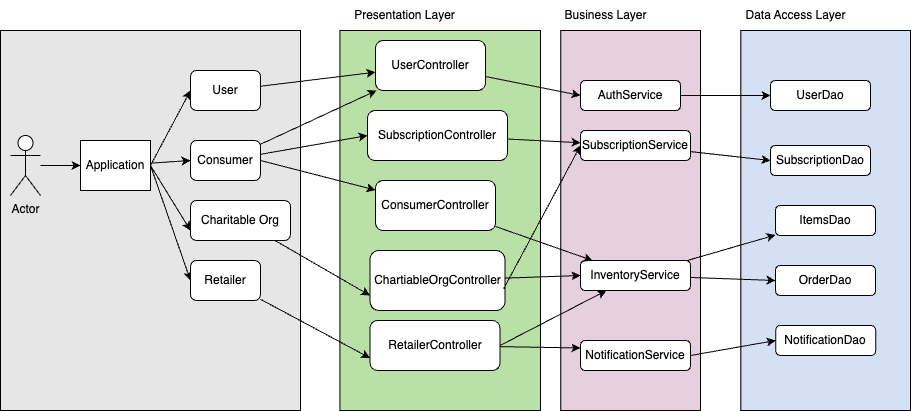
Earlier version of the draw.io export doc/app_arch.drawio.png (koloyyee/food_waste_reduction_project). Source tidied: cells renumbered, new cells last; positions are measured from the earlier drawing's top-left corner, leaving out a move shared by most shapes.
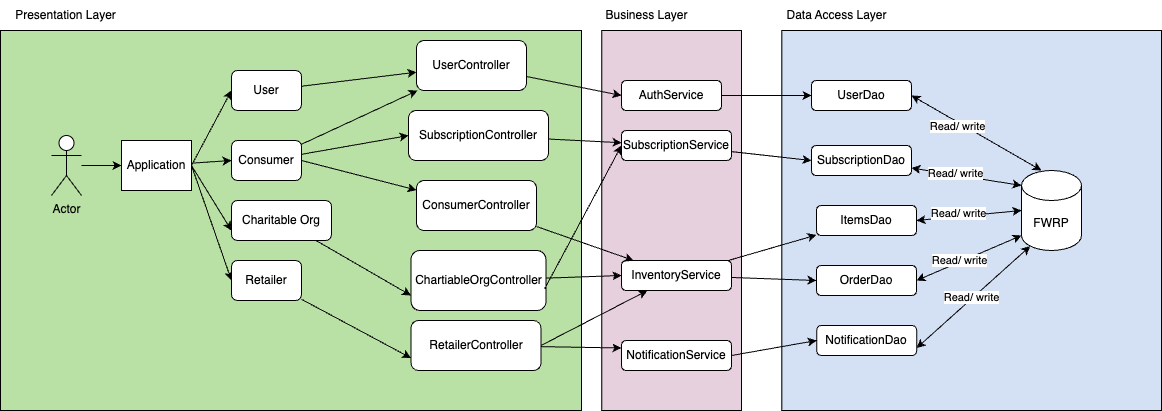
After the change.

Change to the diagram source:
```diff
@@ -2,164 +2,196 @@
   <root>
     <mxCell id="0" />
     <mxCell id="1" parent="0" />
-    <mxCell id="2" style="rounded=0;whiteSpace=wrap;html=1;fillColor=#E6E6E6;" parent="1" vertex="1">
-      <mxGeometry y="30" width="300" height="380" as="geometry" />
+    <mxCell id="2" style="group;" parent="1" vertex="1">
+      <mxGeometry y="30" width="140" height="410" as="geometry" />
     </mxCell>
-    <mxCell id="3" style="group;" parent="1" vertex="1">
-      <mxGeometry x="560" width="140" height="410" as="geometry" />
+    <mxCell id="3" style="rounded=0;whiteSpace=wrap;html=1;fillColor=#E6D0DE;" parent="2" vertex="1">
+      <mxGeometry x="0.3" y="30" width="139.7" height="380" as="geometry" />
     </mxCell>
-    <mxCell id="4" style="rounded=0;whiteSpace=wrap;html=1;fillColor=#E6D0DE;" parent="3" vertex="1">
-      <mxGeometry x="0.3" y="30" width="139.7" height="380" as="geometry" />
+    <mxCell id="4" value="Business Layer" style="text;html=1;align=center;verticalAlign=middle;whiteSpace=wrap;rounded=0;" parent="2" vertex="1">
+      <mxGeometry width="91.2" height="30" as="geometry" />
     </mxCell>
-    <mxCell id="5" value="Business Layer" style="text;html=1;align=center;verticalAlign=middle;whiteSpace=wrap;rounded=0;" parent="3" vertex="1">
-      <mxGeometry width="91.2" height="30" as="geometry" />
+    <mxCell id="5" value="SubscriptionService" style="rounded=1;whiteSpace=wrap;html=1;" parent="2" vertex="1">
+      <mxGeometry x="20" y="130" width="110" height="30" as="geometry" />
     </mxCell>
-    <mxCell id="6" value="SubscriptionService" style="rounded=1;whiteSpace=wrap;html=1;" parent="3" vertex="1">
-      <mxGeometry x="20" y="130" width="110" height="30" as="geometry" />
+    <mxCell id="6" value="NotificationService" style="rounded=1;whiteSpace=wrap;html=1;" parent="2" vertex="1">
+      <mxGeometry x="20" y="340" width="110" height="30" as="geometry" />
     </mxCell>
-    <mxCell id="7" value="NotificationService" style="rounded=1;whiteSpace=wrap;html=1;" parent="3" vertex="1">
-      <mxGeometry x="20" y="340" width="110" height="30" as="geometry" />
+    <mxCell id="7" value="InventoryService" style="rounded=1;whiteSpace=wrap;html=1;" parent="2" vertex="1">
+      <mxGeometry x="20" y="260" width="110" height="30" as="geometry" />
     </mxCell>
-    <mxCell id="8" value="InventoryService" style="rounded=1;whiteSpace=wrap;html=1;" parent="3" vertex="1">
-      <mxGeometry x="20" y="260" width="110" height="30" as="geometry" />
+    <mxCell id="8" style="group;" parent="1" vertex="1">
+      <mxGeometry x="-221" y="30" width="201" height="410" as="geometry" />
     </mxCell>
-    <mxCell id="9" style="group;" parent="1" vertex="1">
-      <mxGeometry x="339" width="201" height="410" as="geometry" />
+    <mxCell id="9" style="rounded=0;whiteSpace=wrap;html=1;fillColor=#B9E0A5;" parent="8" vertex="1">
+      <mxGeometry x="-380" y="30" width="581" height="380" as="geometry" />
     </mxCell>
-    <mxCell id="10" style="rounded=0;whiteSpace=wrap;html=1;fillColor=#B9E0A5;" parent="9" vertex="1">
-      <mxGeometry x="0.4" y="30" width="200.6" height="380" as="geometry" />
+    <mxCell id="10" value="ConsumerController" style="rounded=1;whiteSpace=wrap;html=1;" parent="8" vertex="1">
+      <mxGeometry x="36" y="180" width="120" height="50" as="geometry" />
     </mxCell>
-    <mxCell id="11" value="Presentation Layer" style="text;html=1;align=center;verticalAlign=middle;whiteSpace=wrap;rounded=0;" parent="9" vertex="1">
-      <mxGeometry width="131" height="30" as="geometry" />
+    <mxCell id="11" value="UserController" style="rounded=1;whiteSpace=wrap;html=1;" parent="8" vertex="1">
+      <mxGeometry x="36" y="40" width="110" height="50" as="geometry" />
     </mxCell>
-    <mxCell id="12" value="ConsumerController" style="rounded=1;whiteSpace=wrap;html=1;" parent="9" vertex="1">
-      <mxGeometry x="36" y="180" width="120" height="50" as="geometry" />
+    <mxCell id="12" value="SubscriptionController" style="rounded=1;whiteSpace=wrap;html=1;" parent="8" vertex="1">
+      <mxGeometry x="28" y="110" width="140" height="50" as="geometry" />
     </mxCell>
-    <mxCell id="13" value="UserController" style="rounded=1;whiteSpace=wrap;html=1;" parent="9" vertex="1">
-      <mxGeometry x="36" y="40" width="110" height="50" as="geometry" />
+    <mxCell id="13" value="RetailerController" style="rounded=1;whiteSpace=wrap;html=1;" parent="8" vertex="1">
+      <mxGeometry x="30.5" y="320" width="130" height="50" as="geometry" />
     </mxCell>
-    <mxCell id="14" value="SubscriptionController" style="rounded=1;whiteSpace=wrap;html=1;" parent="9" vertex="1">
-      <mxGeometry x="28" y="110" width="140" height="50" as="geometry" />
+    <mxCell id="14" value="ChartiableOrgController" style="rounded=1;whiteSpace=wrap;html=1;" parent="8" vertex="1">
+      <mxGeometry x="30.5" y="250" width="135" height="60" as="geometry" />
     </mxCell>
-    <mxCell id="15" value="RetailerController" style="rounded=1;whiteSpace=wrap;html=1;" parent="9" vertex="1">
-      <mxGeometry x="30.5" y="320" width="130" height="50" as="geometry" />
+    <mxCell id="15" style="rounded=0;jettySize=auto;html=1;entryX=0;entryY=0.5;entryDx=0;entryDy=0;" parent="1" edge="1" source="16" target="21">
+      <mxGeometry relative="1" as="geometry" />
     </mxCell>
-    <mxCell id="16" value="ChartiableOrgController" style="rounded=1;whiteSpace=wrap;html=1;" parent="9" vertex="1">
-      <mxGeometry x="30.5" y="250" width="135" height="60" as="geometry" />
+    <mxCell id="16" value="Actor" style="shape=umlActor;verticalLabelPosition=bottom;verticalAlign=top;html=1;outlineConnect=0;" parent="1" vertex="1">
+      <mxGeometry x="-550" y="165" width="30" height="60" as="geometry" />
     </mxCell>
-    <mxCell id="17" style="rounded=0;jettySize=auto;html=1;entryX=0;entryY=0.5;entryDx=0;entryDy=0;" parent="1" edge="1" source="18" target="23">
+    <mxCell id="17" style="rounded=0;jettySize=auto;html=1;exitX=1;exitY=0.5;exitDx=0;exitDy=0;entryX=0;entryY=0.5;entryDx=0;entryDy=0;" parent="1" edge="1" source="21" target="55">
       <mxGeometry relative="1" as="geometry" />
     </mxCell>
-    <mxCell id="18" value="Actor" style="shape=umlActor;verticalLabelPosition=bottom;verticalAlign=top;html=1;outlineConnect=0;" parent="1" vertex="1">
-      <mxGeometry x="10" y="135" width="30" height="60" as="geometry" />
+    <mxCell id="18" style="rounded=0;jettySize=auto;html=1;entryX=0;entryY=0.5;entryDx=0;entryDy=0;" parent="1" edge="1" source="21" target="57">
+      <mxGeometry relative="1" as="geometry" />
     </mxCell>
-    <mxCell id="19" style="rounded=0;jettySize=auto;html=1;exitX=1;exitY=0.5;exitDx=0;exitDy=0;entryX=0;entryY=0.5;entryDx=0;entryDy=0;" parent="1" edge="1" source="23" target="46">
+    <mxCell id="19" style="rounded=0;jettySize=auto;html=1;entryX=0;entryY=0.75;entryDx=0;entryDy=0;exitX=1;exitY=0.5;exitDx=0;exitDy=0;" parent="1" edge="1" source="21" target="62">
       <mxGeometry relative="1" as="geometry" />
     </mxCell>
-    <mxCell id="20" style="rounded=0;jettySize=auto;html=1;entryX=0;entryY=0.5;entryDx=0;entryDy=0;" parent="1" edge="1" source="23" target="48">
+    <mxCell id="20" style="rounded=0;jettySize=auto;html=1;exitX=1;exitY=0.5;exitDx=0;exitDy=0;entryX=0;entryY=0.5;entryDx=0;entryDy=0;" parent="1" edge="1" source="21" target="60">
       <mxGeometry relative="1" as="geometry" />
     </mxCell>
-    <mxCell id="21" style="rounded=0;jettySize=auto;html=1;entryX=0;entryY=0.75;entryDx=0;entryDy=0;exitX=1;exitY=0.5;exitDx=0;exitDy=0;" parent="1" edge="1" source="23" target="53">
-      <mxGeometry relative="1" as="geometry" />
+    <mxCell id="21" value="Application" style="rounded=0;whiteSpace=wrap;html=1;" parent="1" vertex="1">
+      <mxGeometry x="-480" y="170" width="70" height="50" as="geometry" />
     </mxCell>
-    <mxCell id="22" style="rounded=0;jettySize=auto;html=1;exitX=1;exitY=0.5;exitDx=0;exitDy=0;entryX=0;entryY=0.5;entryDx=0;entryDy=0;" parent="1" edge="1" source="23" target="51">
+    <mxCell id="22" style="rounded=0;jettySize=auto;html=1;entryX=0;entryY=0.5;entryDx=0;entryDy=0;" parent="1" edge="1" source="11" target="25">
       <mxGeometry relative="1" as="geometry" />
     </mxCell>
-    <mxCell id="23" value="Application" style="rounded=0;whiteSpace=wrap;html=1;" parent="1" vertex="1">
-      <mxGeometry x="80" y="140" width="70" height="50" as="geometry" />
+    <mxCell id="23" style="rounded=0;jettySize=auto;html=1;entryX=0;entryY=0.5;entryDx=0;entryDy=0;exitX=0.989;exitY=0.642;exitDx=0;exitDy=0;exitPerimeter=0;" parent="1" edge="1" source="14" target="5">
+      <mxGeometry relative="1" as="geometry" />
     </mxCell>
-    <mxCell id="24" style="rounded=0;jettySize=auto;html=1;entryX=0;entryY=0.5;entryDx=0;entryDy=0;" parent="1" edge="1" source="13" target="27">
+    <mxCell id="24" style="rounded=0;jettySize=auto;html=1;" parent="1" edge="1" source="12" target="5">
       <mxGeometry relative="1" as="geometry" />
     </mxCell>
-    <mxCell id="25" style="rounded=0;jettySize=auto;html=1;entryX=0;entryY=0.5;entryDx=0;entryDy=0;exitX=0.989;exitY=0.642;exitDx=0;exitDy=0;exitPerimeter=0;" parent="1" edge="1" source="16" target="6">
-      <mxGeometry relative="1" as="geometry" />
+    <mxCell id="25" value="AuthService" style="rounded=1;whiteSpace=wrap;html=1;" parent="1" vertex="1">
+      <mxGeometry x="20" y="110" width="100" height="30" as="geometry" />
     </mxCell>
-    <mxCell id="26" style="rounded=0;jettySize=auto;html=1;" parent="1" edge="1" source="14" target="6">
+    <mxCell id="26" style="rounded=0;jettySize=auto;html=1;" parent="1" edge="1" source="10" target="7">
       <mxGeometry relative="1" as="geometry" />
     </mxCell>
-    <mxCell id="27" value="AuthService" style="rounded=1;whiteSpace=wrap;html=1;" parent="1" vertex="1">
-      <mxGeometry x="580" y="80" width="100" height="30" as="geometry" />
+    <mxCell id="27" style="rounded=0;jettySize=auto;html=1;entryX=0;entryY=0.5;entryDx=0;entryDy=0;" parent="1" edge="1" source="14" target="7">
+      <mxGeometry relative="1" as="geometry" />
     </mxCell>
-    <mxCell id="28" style="rounded=0;jettySize=auto;html=1;" parent="1" edge="1" source="12" target="8">
+    <mxCell id="28" style="rounded=0;jettySize=auto;html=1;entryX=0;entryY=0.25;entryDx=0;entryDy=0;" parent="1" edge="1" source="13" target="6">
       <mxGeometry relative="1" as="geometry" />
     </mxCell>
-    <mxCell id="29" style="rounded=0;jettySize=auto;html=1;entryX=0;entryY=0.5;entryDx=0;entryDy=0;" parent="1" edge="1" source="16" target="8">
+    <mxCell id="29" style="rounded=0;jettySize=auto;html=1;exitX=1;exitY=0.5;exitDx=0;exitDy=0;" parent="1" edge="1" source="13" target="7">
       <mxGeometry relative="1" as="geometry" />
     </mxCell>
-    <mxCell id="30" style="rounded=0;jettySize=auto;html=1;entryX=0;entryY=0.25;entryDx=0;entryDy=0;" parent="1" edge="1" source="15" target="7">
-      <mxGeometry relative="1" as="geometry" />
+    <mxCell id="30" style="group;" parent="1" vertex="1">
+      <mxGeometry x="180" y="30" width="380" height="410" as="geometry" />
     </mxCell>
-    <mxCell id="31" style="rounded=0;jettySize=auto;html=1;exitX=1;exitY=0.5;exitDx=0;exitDy=0;" parent="1" edge="1" source="15" target="8">
-      <mxGeometry relative="1" as="geometry" />
+    <mxCell id="31" style="rounded=0;whiteSpace=wrap;html=1;fillColor=#D4E1F5;" parent="30" vertex="1">
+      <mxGeometry x="0.3" y="30" width="379.6" height="380" as="geometry" />
     </mxCell>
-    <mxCell id="32" style="group;" parent="1" vertex="1">
-      <mxGeometry x="740" width="170" height="410" as="geometry" />
+    <mxCell id="32" value="Data Access Layer" style="text;html=1;align=center;verticalAlign=middle;whiteSpace=wrap;rounded=0;" parent="30" vertex="1">
+      <mxGeometry width="110.8" height="30" as="geometry" />
     </mxCell>
-    <mxCell id="33" style="rounded=0;whiteSpace=wrap;html=1;fillColor=#D4E1F5;" parent="32" vertex="1">
-      <mxGeometry x="0.3" y="30" width="169.7" height="380" as="geometry" />
+    <mxCell id="33" value="UserDao" style="rounded=1;whiteSpace=wrap;html=1;" parent="30" vertex="1">
+      <mxGeometry x="30" y="80" width="100" height="30" as="geometry" />
     </mxCell>
-    <mxCell id="34" value="Data Access Layer" style="text;html=1;align=center;verticalAlign=middle;whiteSpace=wrap;rounded=0;" parent="32" vertex="1">
-      <mxGeometry width="110.8" height="30" as="geometry" />
+    <mxCell id="34" value="ItemsDao" style="rounded=1;whiteSpace=wrap;html=1;" parent="30" vertex="1">
+      <mxGeometry x="35" y="205" width="100" height="30" as="geometry" />
     </mxCell>
-    <mxCell id="35" value="UserDao" style="rounded=1;whiteSpace=wrap;html=1;" parent="32" vertex="1">
-      <mxGeometry x="30" y="80" width="100" height="30" as="geometry" />
+    <mxCell id="35" value="OrderDao" style="rounded=1;whiteSpace=wrap;html=1;" parent="30" vertex="1">
+      <mxGeometry x="35" y="265" width="100" height="30" as="geometry" />
     </mxCell>
-    <mxCell id="36" value="ItemsDao" style="rounded=1;whiteSpace=wrap;html=1;" parent="32" vertex="1">
-      <mxGeometry x="35" y="205" width="100" height="30" as="geometry" />
+    <mxCell id="36" value="SubscriptionDao" style="rounded=1;whiteSpace=wrap;html=1;" parent="30" vertex="1">
+      <mxGeometry x="30" y="145" width="100" height="30" as="geometry" />
     </mxCell>
-    <mxCell id="37" value="OrderDao" style="rounded=1;whiteSpace=wrap;html=1;" parent="32" vertex="1">
-      <mxGeometry x="35" y="265" width="100" height="30" as="geometry" />
+    <mxCell id="37" value="NotificationDao" style="rounded=1;whiteSpace=wrap;html=1;" parent="30" vertex="1">
+      <mxGeometry x="35.2" y="325" width="100" height="30" as="geometry" />
     </mxCell>
-    <mxCell id="38" value="SubscriptionDao" style="rounded=1;whiteSpace=wrap;html=1;" parent="32" vertex="1">
-      <mxGeometry x="30" y="145" width="100" height="30" as="geometry" />
+    <mxCell id="38" value="FWRP" style="shape=cylinder3;whiteSpace=wrap;html=1;boundedLbl=1;backgroundOutline=1;size=15;" parent="30" vertex="1">
+      <mxGeometry x="240" y="170" width="60" height="80" as="geometry" />
     </mxCell>
-    <mxCell id="39" value="NotificationDao" style="rounded=1;whiteSpace=wrap;html=1;" parent="32" vertex="1">
-      <mxGeometry x="35.2" y="325" width="100" height="30" as="geometry" />
+    <mxCell id="39" style="endArrow=classic;startArrow=classic;html=1;rounded=0;entryX=1;entryY=0.5;entryDx=0;entryDy=0;exitX=0.333;exitY=0;exitDx=0;exitDy=0;exitPerimeter=0;" parent="30" edge="1" source="38" target="33">
+      <mxGeometry relative="1" as="geometry" />
     </mxCell>
-    <mxCell id="40" style="rounded=0;jettySize=auto;html=1;exitX=1;exitY=0.5;exitDx=0;exitDy=0;entryX=0;entryY=0.5;entryDx=0;entryDy=0;" parent="1" edge="1" source="7" target="39">
-      <mxGeometry relative="1" as="geometry" />
+    <mxCell id="40" value="Read/ write" style="edgeLabel;html=1;align=center;verticalAlign=middle;" parent="39" vertex="1">
+      <mxGeometry x="0.26" y="4" relative="1" as="geometry" />
     </mxCell>
-    <mxCell id="41" style="rounded=0;jettySize=auto;html=1;entryX=0;entryY=0.5;entryDx=0;entryDy=0;" parent="1" edge="1" source="27" target="35">
+    <mxCell id="41" style="endArrow=classic;startArrow=classic;html=1;rounded=0;entryX=1;entryY=0.75;entryDx=0;entryDy=0;exitX=0;exitY=0;exitDx=0;exitDy=15;exitPerimeter=0;" parent="30" edge="1" source="38" target="36">
       <mxGeometry relative="1" as="geometry" />
     </mxCell>
-    <mxCell id="42" style="rounded=0;jettySize=auto;html=1;" parent="1" edge="1" source="8" target="36">
-      <mxGeometry relative="1" as="geometry" />
+    <mxCell id="42" value="Read/ write" style="edgeLabel;html=1;align=center;verticalAlign=middle;" parent="41" vertex="1">
+      <mxGeometry x="0.22" y="-2" relative="1" as="geometry" />
     </mxCell>
-    <mxCell id="43" style="rounded=0;jettySize=auto;html=1;entryX=0;entryY=0.5;entryDx=0;entryDy=0;" parent="1" edge="1" source="8" target="37">
+    <mxCell id="43" style="endArrow=classic;startArrow=classic;html=1;rounded=0;entryX=1;entryY=0.5;entryDx=0;entryDy=0;exitX=0;exitY=1;exitDx=0;exitDy=-15;exitPerimeter=0;" parent="30" edge="1" source="38" target="35">
       <mxGeometry relative="1" as="geometry" />
     </mxCell>
-    <mxCell id="44" style="rounded=0;jettySize=auto;html=1;entryX=0;entryY=0.5;entryDx=0;entryDy=0;" parent="1" edge="1" source="6" target="38">
-      <mxGeometry relative="1" as="geometry" />
+    <mxCell id="44" value="Read/ write" style="edgeLabel;html=1;align=center;verticalAlign=middle;" parent="43" vertex="1">
+      <mxGeometry x="0.16" y="-2" relative="1" as="geometry">
+        <mxPoint x="-1" as="offset" />
+      </mxGeometry>
     </mxCell>
-    <mxCell id="45" style="rounded=0;jettySize=auto;html=1;" parent="1" edge="1" source="46" target="13">
+    <mxCell id="45" style="endArrow=classic;startArrow=classic;html=1;rounded=0;entryX=1;entryY=0.5;entryDx=0;entryDy=0;exitX=0;exitY=0.5;exitDx=0;exitDy=0;exitPerimeter=0;" parent="30" edge="1" source="38" target="34">
       <mxGeometry relative="1" as="geometry" />
     </mxCell>
-    <mxCell id="46" value="User" style="rounded=1;whiteSpace=wrap;html=1;" parent="1" vertex="1">
-      <mxGeometry x="190" y="70" width="70" height="40" as="geometry" />
+    <mxCell id="46" value="Read/ write" style="edgeLabel;html=1;align=center;verticalAlign=middle;points=[];" parent="45" vertex="1">
+      <mxGeometry x="0.19" y="-3" relative="1" as="geometry" />
     </mxCell>
-    <mxCell id="47" style="rounded=0;jettySize=auto;html=1;exitX=1;exitY=0.5;exitDx=0;exitDy=0;" parent="1" edge="1" source="48" target="12">
+    <mxCell id="47" style="endArrow=classic;startArrow=classic;html=1;rounded=0;entryX=1;entryY=0.75;entryDx=0;entryDy=0;exitX=0.145;exitY=1;exitDx=0;exitDy=-4.35;exitPerimeter=0;" parent="30" edge="1" source="38" target="37">
       <mxGeometry relative="1" as="geometry" />
     </mxCell>
-    <mxCell id="48" value="Consumer" style="rounded=1;whiteSpace=wrap;html=1;" parent="1" vertex="1">
-      <mxGeometry x="190" y="140" width="70" height="40" as="geometry" />
+    <mxCell id="48" value="Read/ write" style="edgeLabel;html=1;align=center;verticalAlign=middle;points=[];" parent="47" vertex="1">
+      <mxGeometry x="0.02" y="-1" relative="1" as="geometry" />
     </mxCell>
-    <mxCell id="49" style="rounded=0;jettySize=auto;html=1;" parent="1" edge="1" source="48" target="13">
+    <mxCell id="49" style="rounded=0;jettySize=auto;html=1;exitX=1;exitY=0.5;exitDx=0;exitDy=0;entryX=0;entryY=0.5;entryDx=0;entryDy=0;" parent="1" edge="1" source="6" target="37">
       <mxGeometry relative="1" as="geometry" />
     </mxCell>
-    <mxCell id="50" style="rounded=0;jettySize=auto;html=1;entryX=0;entryY=0.75;entryDx=0;entryDy=0;" parent="1" edge="1" source="51" target="15">
+    <mxCell id="50" style="rounded=0;jettySize=auto;html=1;entryX=0;entryY=0.5;entryDx=0;entryDy=0;" parent="1" edge="1" source="25" target="33">
       <mxGeometry relative="1" as="geometry" />
     </mxCell>
-    <mxCell id="51" value="Retailer" style="rounded=1;whiteSpace=wrap;html=1;" parent="1" vertex="1">
-      <mxGeometry x="190" y="260" width="70" height="40" as="geometry" />
+    <mxCell id="51" style="rounded=0;jettySize=auto;html=1;" parent="1" edge="1" source="7" target="34">
+      <mxGeometry relative="1" as="geometry" />
     </mxCell>
-    <mxCell id="52" style="rounded=0;jettySize=auto;html=1;entryX=0;entryY=0.75;entryDx=0;entryDy=0;" parent="1" edge="1" source="53" target="16">
+    <mxCell id="52" style="rounded=0;jettySize=auto;html=1;entryX=0;entryY=0.5;entryDx=0;entryDy=0;" parent="1" edge="1" source="7" target="35">
       <mxGeometry relative="1" as="geometry" />
     </mxCell>
-    <mxCell id="53" value="Charitable Org" style="rounded=1;whiteSpace=wrap;html=1;" parent="1" vertex="1">
-      <mxGeometry x="190" y="200" width="100" height="40" as="geometry" />
+    <mxCell id="53" style="rounded=0;jettySize=auto;html=1;entryX=0;entryY=0.5;entryDx=0;entryDy=0;" parent="1" edge="1" source="5" target="36">
+      <mxGeometry relative="1" as="geometry" />
     </mxCell>
-    <mxCell id="54" style="rounded=0;jettySize=auto;html=1;entryX=0;entryY=0.5;entryDx=0;entryDy=0;" parent="1" edge="1" source="48" target="14">
+    <mxCell id="54" style="rounded=0;jettySize=auto;html=1;" parent="1" edge="1" source="55" target="11">
       <mxGeometry relative="1" as="geometry" />
     </mxCell>
+    <mxCell id="55" value="User" style="rounded=1;whiteSpace=wrap;html=1;" parent="1" vertex="1">
+      <mxGeometry x="-370" y="100" width="70" height="40" as="geometry" />
+    </mxCell>
+    <mxCell id="56" style="rounded=0;jettySize=auto;html=1;exitX=1;exitY=0.5;exitDx=0;exitDy=0;" parent="1" edge="1" source="57" target="10">
+      <mxGeometry relative="1" as="geometry" />
+    </mxCell>
+    <mxCell id="57" value="Consumer" style="rounded=1;whiteSpace=wrap;html=1;" parent="1" vertex="1">
+      <mxGeometry x="-370" y="170" width="70" height="40" as="geometry" />
+    </mxCell>
+    <mxCell id="58" style="rounded=0;jettySize=auto;html=1;" parent="1" edge="1" source="57" target="11">
+      <mxGeometry relative="1" as="geometry" />
+    </mxCell>
+    <mxCell id="59" style="rounded=0;jettySize=auto;html=1;entryX=0;entryY=0.75;entryDx=0;entryDy=0;" parent="1" edge="1" source="60" target="13">
+      <mxGeometry relative="1" as="geometry" />
+    </mxCell>
+    <mxCell id="60" value="Retailer" style="rounded=1;whiteSpace=wrap;html=1;" parent="1" vertex="1">
+      <mxGeometry x="-370" y="290" width="70" height="40" as="geometry" />
+    </mxCell>
+    <mxCell id="61" style="rounded=0;jettySize=auto;html=1;entryX=0;entryY=0.75;entryDx=0;entryDy=0;" parent="1" edge="1" source="62" target="14">
+      <mxGeometry relative="1" as="geometry" />
+    </mxCell>
+    <mxCell id="62" value="Charitable Org" style="rounded=1;whiteSpace=wrap;html=1;" parent="1" vertex="1">
+      <mxGeometry x="-370" y="230" width="100" height="40" as="geometry" />
+    </mxCell>
+    <mxCell id="63" style="rounded=0;jettySize=auto;html=1;entryX=0;entryY=0.5;entryDx=0;entryDy=0;" parent="1" edge="1" source="57" target="12">
+      <mxGeometry relative="1" as="geometry" />
+    </mxCell>
+    <mxCell id="64" value="Presentation Layer" style="text;html=1;align=center;verticalAlign=middle;whiteSpace=wrap;rounded=0;" parent="1" vertex="1">
+      <mxGeometry x="-601" y="30" width="131" height="30" as="geometry" />
+    </mxCell>
   </root>
 </mxGraphModel>
```
